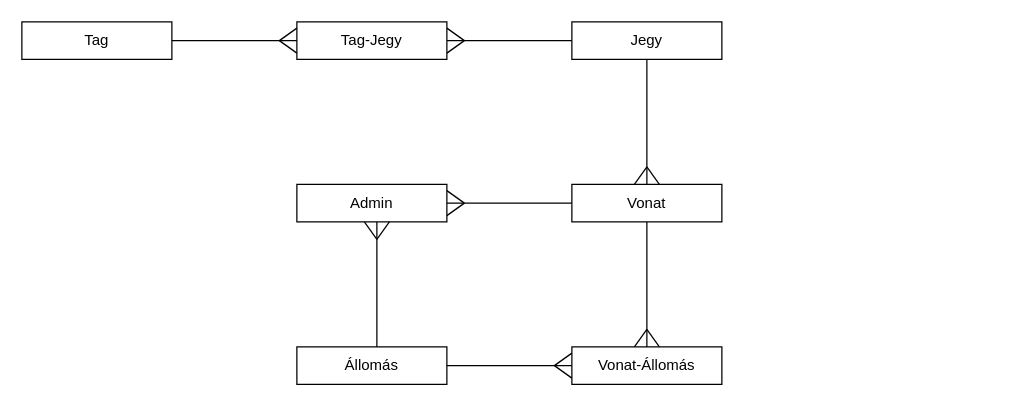
This is Egyedmodell.drawio from RevMarci/vasutmenetrend, a draw.io file, before an edit. Source tidied: cells renumbered, new cells numbered last; positions are measured from the earlier drawing's top-left corner, leaving out a move shared by most shapes. Both pictures are drawn from the tidied source at 125%, with x=0, y=0 at pixel (21, 21).
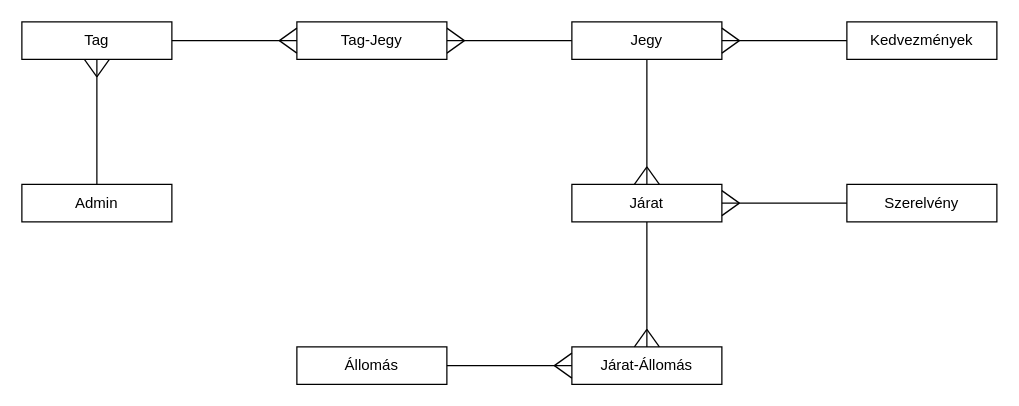
The same page after the edit.

Commit message (it also covers changes not shown here):
EK és EM diagram javítása

Change to the diagram source:
```diff
@@
-    <mxCell id="2" value="Admin" style="rounded=0;whiteSpace=wrap;html=1;" parent="1" vertex="1">
-      <mxGeometry x="220" y="130" width="120" height="30" as="geometry" />
-    </mxCell>
@@
-    <mxCell id="4" value="Vonat" style="rounded=0;whiteSpace=wrap;html=1;" parent="1" vertex="1">
+    <mxCell id="4" value="Járat" style="rounded=0;whiteSpace=wrap;html=1;" parent="1" vertex="1">
       <mxGeometry x="440" y="130" width="120" height="30" as="geometry" />
     </mxCell>
@@
-    <mxCell id="7" value="Vonat-Állomás" style="rounded=0;whiteSpace=wrap;html=1;" parent="1" vertex="1">
+    <mxCell id="7" value="Járat-Állomás" style="rounded=0;whiteSpace=wrap;html=1;" parent="1" vertex="1">
       <mxGeometry x="440" y="260" width="120" height="30" as="geometry" />
     </mxCell>
@@
-    <mxCell id="29" style="group;rotation=0;" parent="1" vertex="1">
-      <mxGeometry x="340" y="135" width="100" height="20" as="geometry" />
-    </mxCell>
-    <mxCell id="30" style="endArrow=none;html=1;rounded=0;" parent="29" edge="1">
-      <mxGeometry relative="1" as="geometry">
-        <mxPoint y="10" as="sourcePoint" />
-        <mxPoint x="100" y="10" as="targetPoint" />
-      </mxGeometry>
-    </mxCell>
-    <mxCell id="31" style="endArrow=none;html=1;rounded=0;" parent="29" edge="1">
-      <mxGeometry relative="1" as="geometry">
-        <mxPoint y="20" as="sourcePoint" />
-        <mxPoint x="14" y="10" as="targetPoint" />
-      </mxGeometry>
-    </mxCell>
-    <mxCell id="32" style="endArrow=none;html=1;rounded=0;" parent="29" edge="1">
-      <mxGeometry relative="1" as="geometry">
-        <mxPoint as="sourcePoint" />
-        <mxPoint x="14" y="10" as="targetPoint" />
-      </mxGeometry>
-    </mxCell>
-    <mxCell id="33" style="group;rotation=90;" parent="1" vertex="1">
-      <mxGeometry x="234" y="200" width="100" height="20" as="geometry" />
-    </mxCell>
-    <mxCell id="34" style="endArrow=none;html=1;rounded=0;" parent="33" edge="1">
-      <mxGeometry relative="1" as="geometry">
-        <mxPoint x="50" y="-40" as="sourcePoint" />
-        <mxPoint x="50" y="60" as="targetPoint" />
-      </mxGeometry>
-    </mxCell>
-    <mxCell id="35" style="endArrow=none;html=1;rounded=0;" parent="33" edge="1">
-      <mxGeometry relative="1" as="geometry">
-        <mxPoint x="40" y="-40" as="sourcePoint" />
-        <mxPoint x="50" y="-26" as="targetPoint" />
-      </mxGeometry>
-    </mxCell>
-    <mxCell id="36" style="endArrow=none;html=1;rounded=0;" parent="33" edge="1">
-      <mxGeometry relative="1" as="geometry">
-        <mxPoint x="60" y="-40" as="sourcePoint" />
-        <mxPoint x="50" y="-26" as="targetPoint" />
-      </mxGeometry>
-    </mxCell>
+    <mxCell id="37" value="Kedvezmények" style="rounded=0;whiteSpace=wrap;html=1;" parent="1" vertex="1">
+      <mxGeometry x="660" width="120" height="30" as="geometry" />
+    </mxCell>
+    <mxCell id="38" value="Szerelvény" style="rounded=0;whiteSpace=wrap;html=1;" parent="1" vertex="1">
+      <mxGeometry x="660" y="130" width="120" height="30" as="geometry" />
+    </mxCell>
+    <mxCell id="39" style="group;rotation=0;" parent="1" vertex="1">
+      <mxGeometry x="560" y="135" width="100" height="20" as="geometry" />
+    </mxCell>
+    <mxCell id="40" style="endArrow=none;html=1;rounded=0;" parent="39" edge="1">
+      <mxGeometry relative="1" as="geometry">
+        <mxPoint y="10" as="sourcePoint" />
+        <mxPoint x="100" y="10" as="targetPoint" />
+      </mxGeometry>
+    </mxCell>
+    <mxCell id="41" style="endArrow=none;html=1;rounded=0;" parent="39" edge="1">
+      <mxGeometry relative="1" as="geometry">
+        <mxPoint y="20" as="sourcePoint" />
+        <mxPoint x="14" y="10" as="targetPoint" />
+      </mxGeometry>
+    </mxCell>
+    <mxCell id="42" style="endArrow=none;html=1;rounded=0;" parent="39" edge="1">
+      <mxGeometry relative="1" as="geometry">
+        <mxPoint as="sourcePoint" />
+        <mxPoint x="14" y="10" as="targetPoint" />
+      </mxGeometry>
+    </mxCell>
+    <mxCell id="2" value="Admin" style="rounded=0;whiteSpace=wrap;html=1;" parent="1" vertex="1">
+      <mxGeometry y="130" width="120" height="30" as="geometry" />
+    </mxCell>
+    <mxCell id="43" style="group;rotation=90;" parent="1" vertex="1">
+      <mxGeometry x="10" y="70" width="100" height="20" as="geometry" />
+    </mxCell>
+    <mxCell id="44" style="endArrow=none;html=1;rounded=0;" parent="43" edge="1">
+      <mxGeometry relative="1" as="geometry">
+        <mxPoint x="50" y="-40" as="sourcePoint" />
+        <mxPoint x="50" y="60" as="targetPoint" />
+      </mxGeometry>
+    </mxCell>
+    <mxCell id="45" style="endArrow=none;html=1;rounded=0;" parent="43" edge="1">
+      <mxGeometry relative="1" as="geometry">
+        <mxPoint x="40" y="-40" as="sourcePoint" />
+        <mxPoint x="50" y="-26" as="targetPoint" />
+      </mxGeometry>
+    </mxCell>
+    <mxCell id="46" style="endArrow=none;html=1;rounded=0;" parent="43" edge="1">
+      <mxGeometry relative="1" as="geometry">
+        <mxPoint x="60" y="-40" as="sourcePoint" />
+        <mxPoint x="50" y="-26" as="targetPoint" />
+      </mxGeometry>
+    </mxCell>
+    <mxCell id="47" style="group;rotation=0;" parent="1" vertex="1">
+      <mxGeometry x="560" y="5" width="100" height="20" as="geometry" />
+    </mxCell>
+    <mxCell id="48" style="endArrow=none;html=1;rounded=0;" parent="47" edge="1">
+      <mxGeometry relative="1" as="geometry">
+        <mxPoint y="10" as="sourcePoint" />
+        <mxPoint x="100" y="10" as="targetPoint" />
+      </mxGeometry>
+    </mxCell>
+    <mxCell id="49" style="endArrow=none;html=1;rounded=0;" parent="47" edge="1">
+      <mxGeometry relative="1" as="geometry">
+        <mxPoint y="20" as="sourcePoint" />
+        <mxPoint x="14" y="10" as="targetPoint" />
+      </mxGeometry>
+    </mxCell>
+    <mxCell id="50" style="endArrow=none;html=1;rounded=0;" parent="47" edge="1">
+      <mxGeometry relative="1" as="geometry">
+        <mxPoint as="sourcePoint" />
+        <mxPoint x="14" y="10" as="targetPoint" />
+      </mxGeometry>
+    </mxCell>
```
